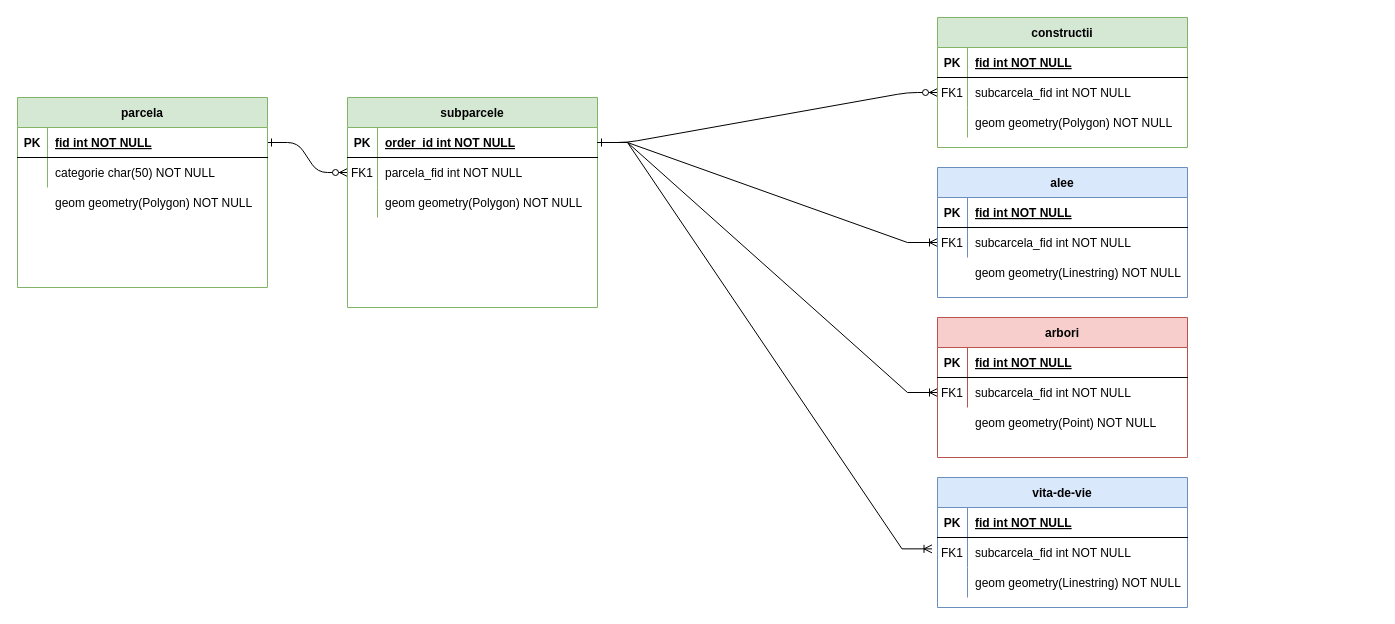
Before: Diagramă fără titlu.drawio in MaticA26/ss_db, a draw.io diagram. Source tidied: cells renumbered, new cells numbered last; positions are measured from the earlier drawing's top-left corner, leaving out a move shared by most shapes. Both pictures are drawn from the tidied source at 100%, with x=0, y=0 at pixel (17, 17).
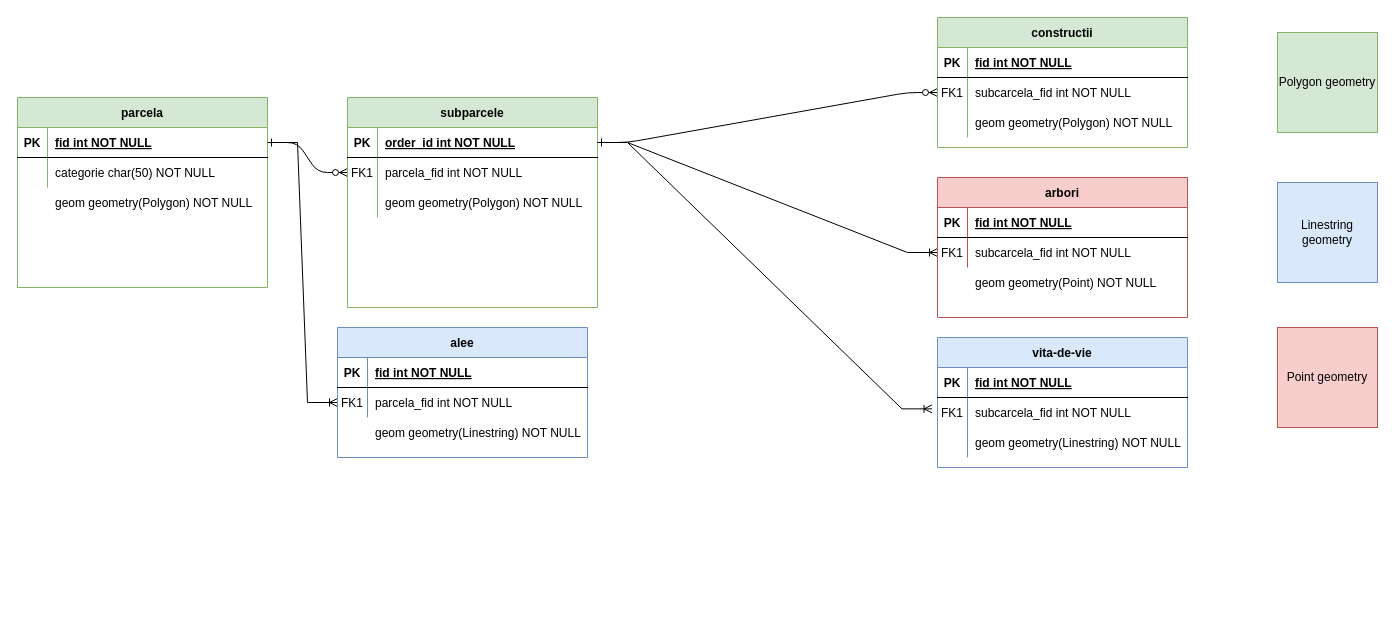
After the change.

Unchanged cells that the change refers to:
```xml
<mxCell id="5" style="shape=partialRectangle;fillColor=none;points=[[0,0.5],[1,0.5]];portConstraint=eastwest;top=0;left=0;right=0;bottom=1;" parent="4" vertex="1">
  <mxGeometry y="30" width="250" height="30" as="geometry" />
</mxCell>
<mxCell id="25" style="shape=partialRectangle;fillColor=none;points=[[0,0.5],[1,0.5]];portConstraint=eastwest;top=0;left=0;right=0;bottom=1;" parent="24" vertex="1">
  <mxGeometry y="30" width="250" height="30" as="geometry" />
</mxCell>
<mxCell id="37" style="shape=partialRectangle;fillColor=none;points=[[0,0.5],[1,0.5]];portConstraint=eastwest;top=0;left=0;right=0;bottom=0;" parent="33" vertex="1">
  <mxGeometry y="60" width="250" height="30" as="geometry" />
</mxCell>
```

Change to the diagram source:
```diff
@@
-    <mxCell id="31" style="edgeStyle=entityRelationEdgeStyle;fontSize=12;html=1;endArrow=ERoneToMany;rounded=0;exitX=1;exitY=0.5;exitDx=0;exitDy=0;" parent="1" edge="1" source="5" target="37">
+    <mxCell id="31" style="edgeStyle=entityRelationEdgeStyle;fontSize=12;html=1;endArrow=ERoneToMany;rounded=0;" parent="1" edge="1" source="25" target="37">
       <mxGeometry relative="1" as="geometry" />
     </mxCell>
@@
     <mxCell id="33" value="alee" style="shape=table;startSize=30;childLayout=tableLayout;rowLines=0;fontStyle=1;align=center;fillColor=#dae8fc;strokeColor=#6c8ebf;" parent="1" vertex="1">
-      <mxGeometry x="920" y="150" width="250" height="130" as="geometry" />
+      <mxGeometry x="320" y="310" width="250" height="130" as="geometry" />
     </mxCell>
@@
     <mxCell id="40" value="arbori" style="shape=table;startSize=30;childLayout=tableLayout;rowLines=0;fontStyle=1;align=center;fillColor=#f8cecc;strokeColor=#b85450;" parent="1" vertex="1">
-      <mxGeometry x="920" y="300" width="250" height="140" as="geometry" />
+      <mxGeometry x="920" y="160" width="250" height="140" as="geometry" />
     </mxCell>
@@
     <mxCell id="47" value="vita-de-vie" style="shape=table;startSize=30;childLayout=tableLayout;rowLines=0;fontStyle=1;align=center;fillColor=#dae8fc;strokeColor=#6c8ebf;" parent="1" vertex="1">
-      <mxGeometry x="920" y="460" width="250" height="130" as="geometry" />
+      <mxGeometry x="920" y="320" width="250" height="130" as="geometry" />
     </mxCell>
@@
     <mxCell id="60" value="geom geometry(Linestring) NOT NULL" style="shape=partialRectangle;overflow=hidden;fillColor=none;top=0;left=0;bottom=0;right=0;align=left;spacingLeft=6;" parent="1" vertex="1">
-      <mxGeometry x="950" y="550" width="220" height="30" as="geometry" />
+      <mxGeometry x="950" y="410" width="220" height="30" as="geometry" />
     </mxCell>
     <mxCell id="61" value="geom geometry(Point) NOT NULL" style="shape=partialRectangle;overflow=hidden;fillColor=none;top=0;left=0;bottom=0;right=0;align=left;spacingLeft=6;" parent="1" vertex="1">
-      <mxGeometry x="950" y="390" width="220" height="30" as="geometry" />
+      <mxGeometry x="950" y="250" width="220" height="30" as="geometry" />
     </mxCell>
     <mxCell id="62" value="geom geometry(Linestring) NOT NULL" style="shape=partialRectangle;overflow=hidden;fillColor=none;top=0;left=0;bottom=0;right=0;align=left;spacingLeft=6;" parent="1" vertex="1">
-      <mxGeometry x="950" y="240" width="220" height="30" as="geometry" />
+      <mxGeometry x="350" y="400" width="220" height="30" as="geometry" />
     </mxCell>
@@
-    <mxCell id="64" value="subcarcela_fid int NOT NULL" style="shape=partialRectangle;overflow=hidden;fillColor=none;top=0;left=0;bottom=0;right=0;align=left;spacingLeft=6;" parent="1" vertex="1">
-      <mxGeometry x="950" y="210" width="220" height="30" as="geometry" />
+    <mxCell id="64" value="parcela_fid int NOT NULL" style="shape=partialRectangle;overflow=hidden;fillColor=none;top=0;left=0;bottom=0;right=0;align=left;spacingLeft=6;" parent="1" vertex="1">
+      <mxGeometry x="350" y="370" width="220" height="30" as="geometry" />
     </mxCell>
     <mxCell id="65" value="subcarcela_fid int NOT NULL" style="shape=partialRectangle;overflow=hidden;fillColor=none;top=0;left=0;bottom=0;right=0;align=left;spacingLeft=6;" parent="1" vertex="1">
-      <mxGeometry x="950" y="360" width="220" height="30" as="geometry" />
+      <mxGeometry x="950" y="220" width="220" height="30" as="geometry" />
     </mxCell>
     <mxCell id="66" value="subcarcela_fid int NOT NULL" style="shape=partialRectangle;overflow=hidden;fillColor=none;top=0;left=0;bottom=0;right=0;align=left;spacingLeft=6;" parent="1" vertex="1">
-      <mxGeometry x="950" y="520" width="220" height="30" as="geometry" />
+      <mxGeometry x="950" y="380" width="220" height="30" as="geometry" />
     </mxCell>
+    <mxCell id="67" value="Polygon geometry" style="whiteSpace=wrap;html=1;fillColor=#d5e8d4;strokeColor=#82b366;" parent="1" vertex="1">
+      <mxGeometry x="1260" y="15" width="100" height="100" as="geometry" />
+    </mxCell>
+    <mxCell id="68" value="Linestring geometry" style="whiteSpace=wrap;html=1;fillColor=#dae8fc;strokeColor=#6c8ebf;" parent="1" vertex="1">
+      <mxGeometry x="1260" y="165" width="100" height="100" as="geometry" />
+    </mxCell>
+    <mxCell id="69" value="Point geometry" style="whiteSpace=wrap;html=1;fillColor=#f8cecc;strokeColor=#b85450;" parent="1" vertex="1">
+      <mxGeometry x="1260" y="310" width="100" height="100" as="geometry" />
+    </mxCell>
```
